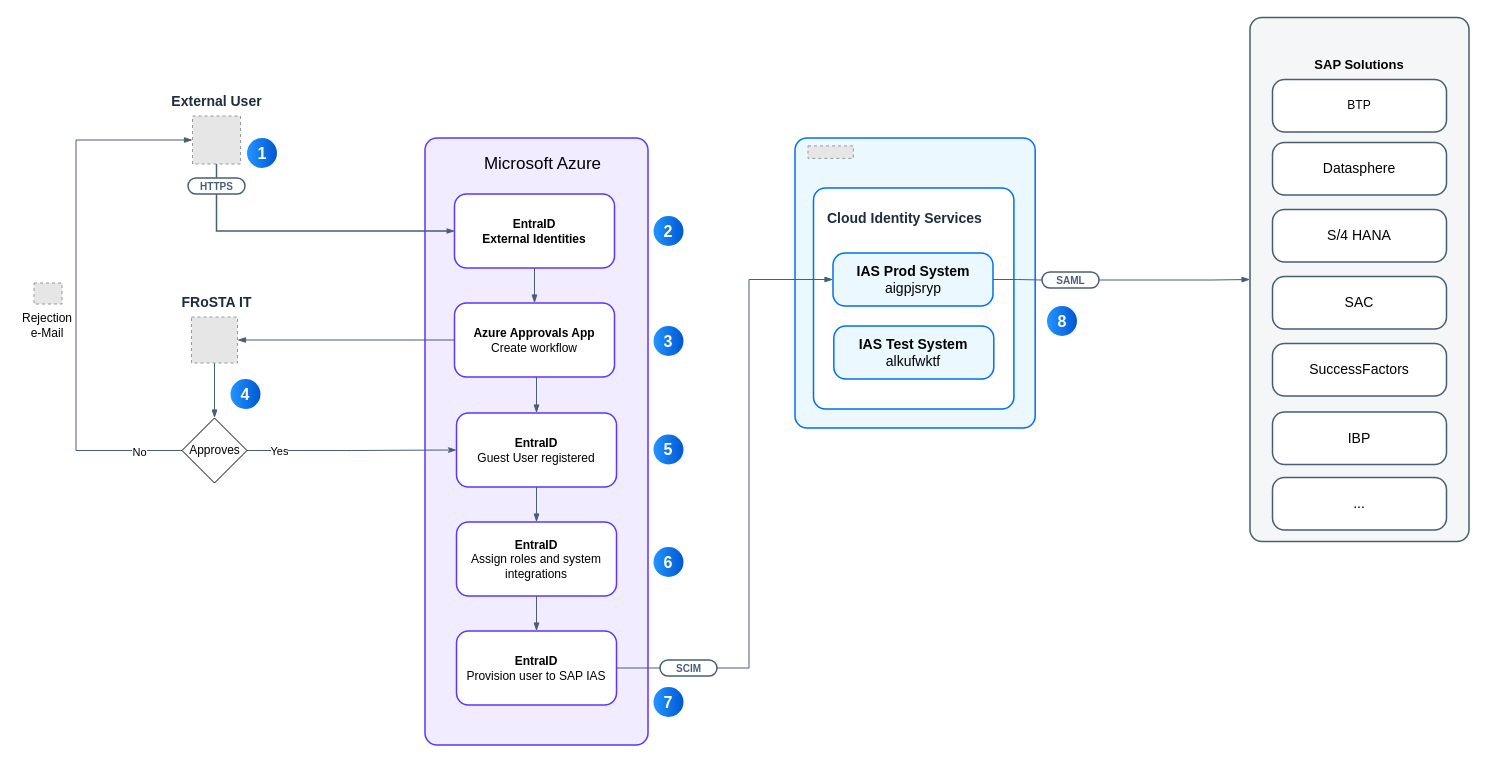
Above: drawio_files/0.2.External User Identity Provision Idea.drawio in frostaag/diagrams-v3 (draw.io), before the change. Source tidied: cells renumbered, new cells numbered last; positions are measured from the earlier drawing's top-left corner, leaving out a move shared by most shapes. Both pictures are drawn from the tidied source at 100%, with x=0, y=0 at pixel (17, 17). Pictures stored in the file or linked from it are replaced by grey dashed boxes.
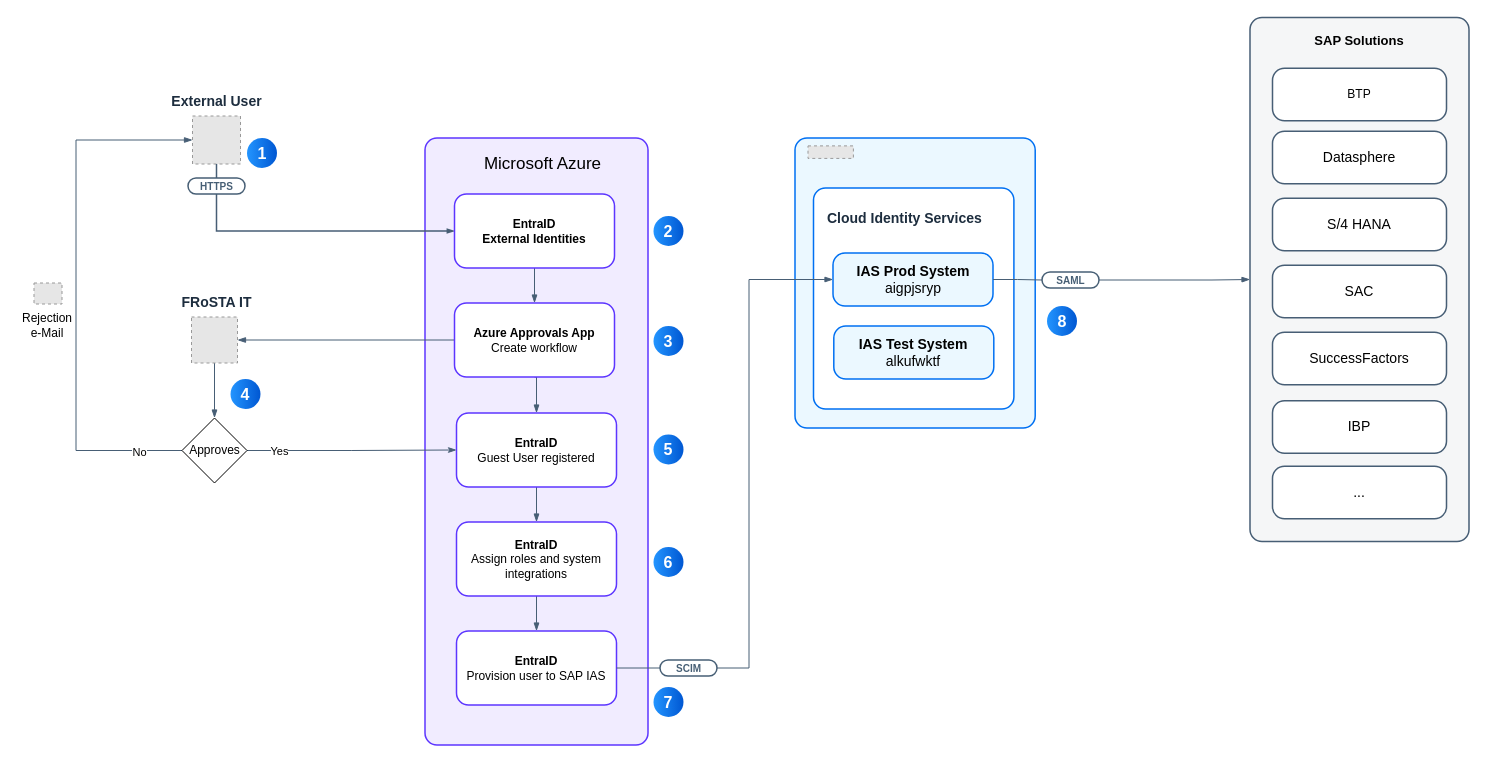
After the change.

Change to the diagram source:
```diff
@@
-    <mxCell id="36" value="SAP Solutions&#10;&#10;&#10;&#10;&#10;&#10;&#10;&#10;&#10;&#10;&#10;&#10;&#10;&#10;&#10;&#10;&#10;&#10;&#10;&#10;&#10;&#10;&#10;&#10;&#10;&#10;&#10;" style="rounded=1;strokeColor=#475E75;fillColor=#F5F6F7;arcSize=24;absoluteArcSize=1;imageWidth=64;imageHeight=64;strokeWidth=1.5;align=center;labelPosition=center;verticalLabelPosition=middle;verticalAlign=middle;spacing=0;fontStyle=1;fontSize=13;" parent="1" vertex="1">
+    <mxCell id="36" value="SAP Solutions&#10;&#10;&#10;&#10;&#10;&#10;&#10;&#10;&#10;&#10;&#10;&#10;&#10;&#10;&#10;&#10;&#10;&#10;&#10;&#10;&#10;&#10;&#10;&#10;&#10;&#10;&#10;&#10;&#10;&#10;" style="rounded=1;strokeColor=#475E75;fillColor=#F5F6F7;arcSize=24;absoluteArcSize=1;imageWidth=64;imageHeight=64;strokeWidth=1.5;align=center;labelPosition=center;verticalLabelPosition=middle;verticalAlign=middle;spacing=0;fontStyle=1;fontSize=13;" parent="1" vertex="1">
       <mxGeometry x="1232.5" width="219" height="524" as="geometry" />
     </mxCell>
     <mxCell id="37" value="&lt;div style=&quot;font-size: 14px;&quot;&gt;S/4 HANA&lt;/div&gt;" style="rounded=1;whiteSpace=wrap;html=1;strokeColor=#475E75;fillColor=#ffffff;arcSize=24;absoluteArcSize=1;imageWidth=64;imageHeight=64;strokeWidth=1.5;" parent="1" vertex="1">
-      <mxGeometry x="1255" y="192" width="174" height="52.5" as="geometry" />
+      <mxGeometry x="1255" y="180.8" width="174" height="52.5" as="geometry" />
     </mxCell>
     <mxCell id="38" value="&lt;div style=&quot;font-size: 14px;&quot;&gt;SuccessFactors&lt;/div&gt;" style="rounded=1;whiteSpace=wrap;html=1;strokeColor=#475E75;fillColor=#ffffff;arcSize=24;absoluteArcSize=1;imageWidth=64;imageHeight=64;strokeWidth=1.5;" parent="1" vertex="1">
-      <mxGeometry x="1255" y="326" width="174" height="52.5" as="geometry" />
+      <mxGeometry x="1255" y="314.8" width="174" height="52.5" as="geometry" />
     </mxCell>
     <mxCell id="39" value="&lt;div style=&quot;font-size: 14px;&quot;&gt;IBP&lt;/div&gt;" style="rounded=1;whiteSpace=wrap;html=1;strokeColor=#475E75;fillColor=#ffffff;arcSize=24;absoluteArcSize=1;imageWidth=64;imageHeight=64;strokeWidth=1.5;" parent="1" vertex="1">
-      <mxGeometry x="1255" y="394.5" width="174" height="52.5" as="geometry" />
+      <mxGeometry x="1255" y="383.2" width="174" height="52.5" as="geometry" />
     </mxCell>
     <mxCell id="40" value="&lt;div style=&quot;font-size: 14px;&quot;&gt;SAC&lt;/div&gt;" style="rounded=1;whiteSpace=wrap;html=1;strokeColor=#475E75;fillColor=#ffffff;arcSize=24;absoluteArcSize=1;imageWidth=64;imageHeight=64;strokeWidth=1.5;" parent="1" vertex="1">
-      <mxGeometry x="1255" y="259" width="174" height="52.5" as="geometry" />
+      <mxGeometry x="1255" y="247.8" width="174" height="52.5" as="geometry" />
     </mxCell>
     <mxCell id="41" value="&lt;div style=&quot;font-size: 14px;&quot;&gt;Datasphere&lt;/div&gt;" style="rounded=1;whiteSpace=wrap;html=1;strokeColor=#475E75;fillColor=#ffffff;arcSize=24;absoluteArcSize=1;imageWidth=64;imageHeight=64;strokeWidth=1.5;" parent="1" vertex="1">
-      <mxGeometry x="1255" y="125" width="174" height="52.5" as="geometry" />
+      <mxGeometry x="1255" y="113.8" width="174" height="52.5" as="geometry" />
     </mxCell>
     <mxCell id="42" value="BTP" style="rounded=1;whiteSpace=wrap;html=1;strokeColor=#475E75;fillColor=#ffffff;arcSize=24;absoluteArcSize=1;imageWidth=64;imageHeight=64;strokeWidth=1.5;" parent="1" vertex="1">
-      <mxGeometry x="1255" y="62" width="174" height="52.5" as="geometry" />
+      <mxGeometry x="1255" y="50.8" width="174" height="52.5" as="geometry" />
     </mxCell>
@@
     <mxCell id="47" value="&lt;div style=&quot;font-size: 14px;&quot;&gt;...&lt;/div&gt;" style="rounded=1;whiteSpace=wrap;html=1;strokeColor=#475E75;fillColor=#ffffff;arcSize=24;absoluteArcSize=1;imageWidth=64;imageHeight=64;strokeWidth=1.5;" parent="1" vertex="1">
-      <mxGeometry x="1255" y="460" width="174" height="52.5" as="geometry" />
+      <mxGeometry x="1255" y="448.8" width="174" height="52.5" as="geometry" />
     </mxCell>
```
